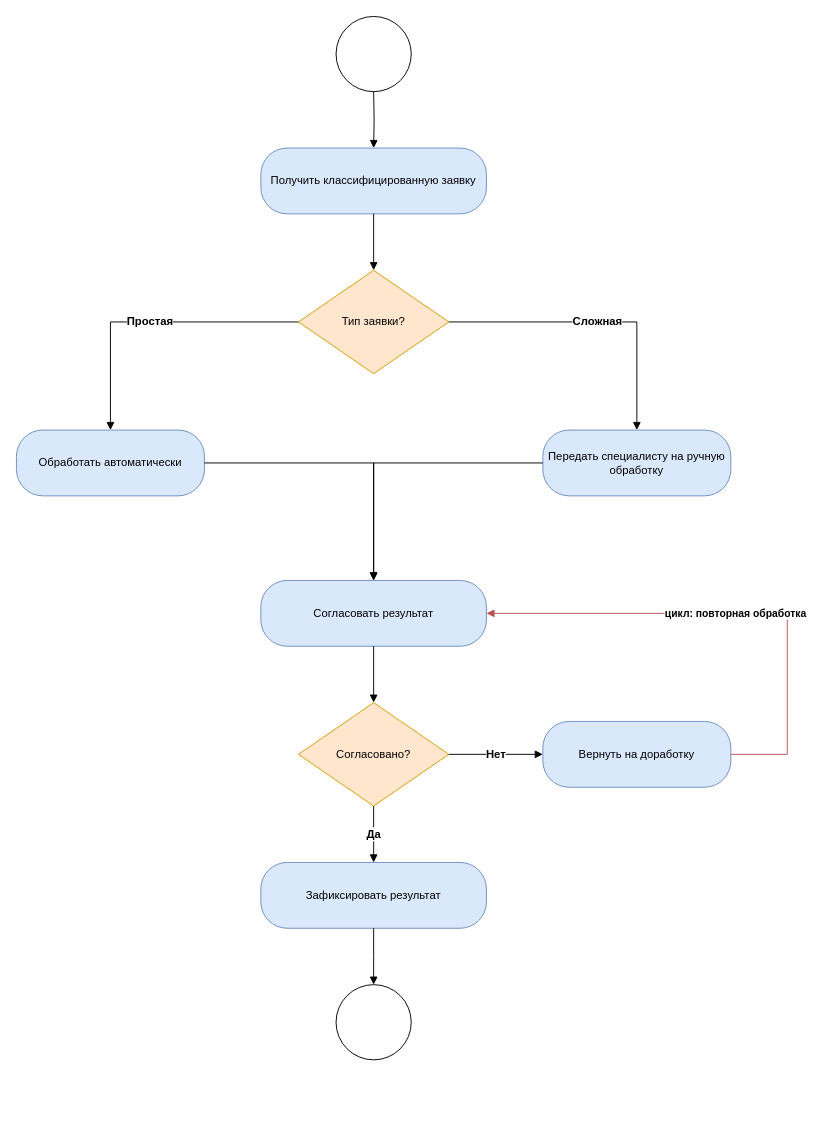
The draw.io diagram lab1/diagrams/activity.drawio in PomasIJ/visual-programming-labs--Pomas-, before the edit. Source tidied: cells renumbered, new cells numbered last; positions are measured from the earlier drawing's top-left corner, leaving out a move shared by most shapes. Both pictures are drawn from the tidied source at 94%, with x=0, y=0 at pixel (16, 16).
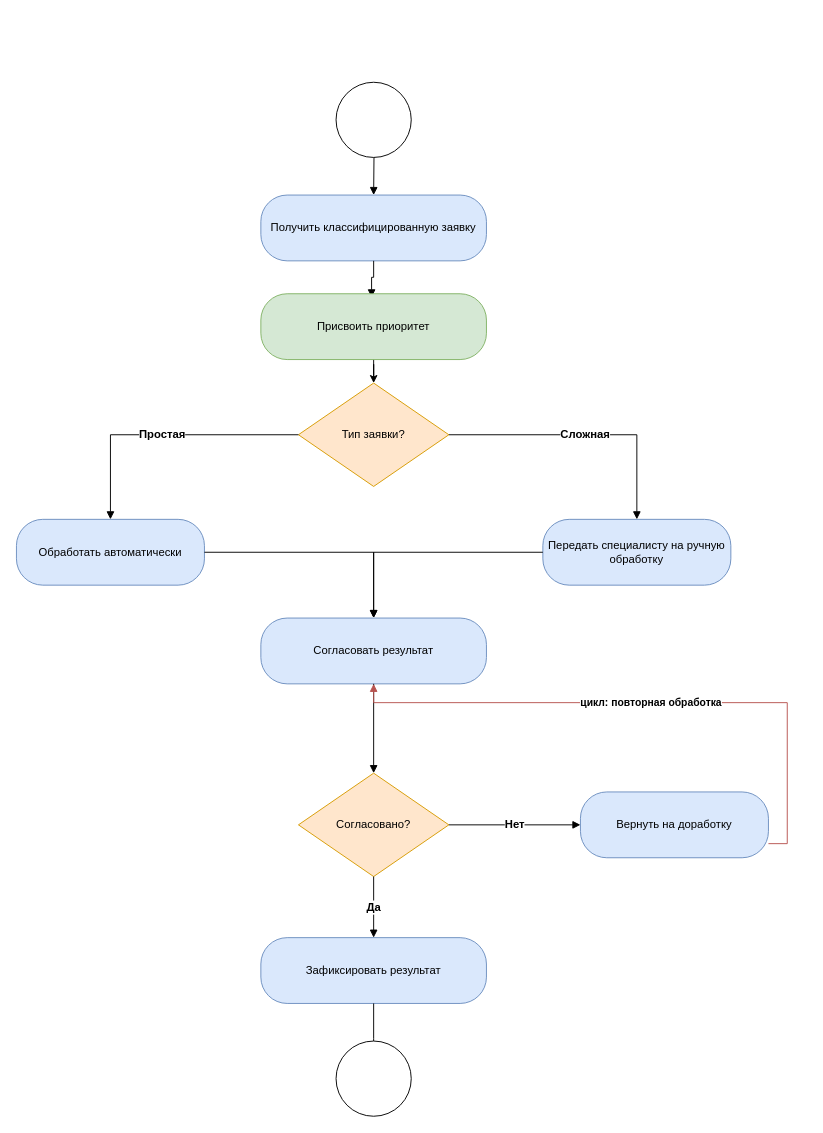
Above is the later version.

Commit message (it also covers changes not shown here):
Update UML Activity diagram

Diff of the diagram source:
```diff
@@
     <mxCell id="2" value="Получить классифицированную заявку" style="rounded=1;whiteSpace=wrap;html=1;arcSize=40;fillColor=#dae8fc;strokeColor=#6c8ebf;fontSize=12;align=center;verticalAlign=middle;" parent="1" vertex="1">
-      <mxGeometry x="260" y="140" width="240" height="70" as="geometry" />
+      <mxGeometry x="260" y="190" width="240" height="70" as="geometry" />
     </mxCell>
     <mxCell id="3" value="Тип заявки?" style="rhombus;whiteSpace=wrap;html=1;fillColor=#ffe6cc;strokeColor=#d79b00;fontSize=12;align=center;verticalAlign=middle;" parent="1" vertex="1">
-      <mxGeometry x="300" y="270" width="160" height="110" as="geometry" />
+      <mxGeometry x="300" y="390" width="160" height="110" as="geometry" />
     </mxCell>
     <mxCell id="4" value="Обработать автоматически" style="rounded=1;whiteSpace=wrap;html=1;arcSize=40;fillColor=#dae8fc;strokeColor=#6c8ebf;fontSize=12;align=center;verticalAlign=middle;" parent="1" vertex="1">
-      <mxGeometry y="440" width="200" height="70" as="geometry" />
+      <mxGeometry y="535" width="200" height="70" as="geometry" />
     </mxCell>
     <mxCell id="5" value="Передать специалисту на ручную обработку" style="rounded=1;whiteSpace=wrap;html=1;arcSize=40;fillColor=#dae8fc;strokeColor=#6c8ebf;fontSize=12;align=center;verticalAlign=middle;" parent="1" vertex="1">
-      <mxGeometry x="560" y="440" width="200" height="70" as="geometry" />
+      <mxGeometry x="560" y="535" width="200" height="70" as="geometry" />
     </mxCell>
     <mxCell id="6" value="Согласовать результат" style="rounded=1;whiteSpace=wrap;html=1;arcSize=40;fillColor=#dae8fc;strokeColor=#6c8ebf;fontSize=12;align=center;verticalAlign=middle;" parent="1" vertex="1">
-      <mxGeometry x="260" y="600" width="240" height="70" as="geometry" />
+      <mxGeometry x="260" y="640" width="240" height="70" as="geometry" />
     </mxCell>
     <mxCell id="7" value="Согласовано?" style="rhombus;whiteSpace=wrap;html=1;fillColor=#ffe6cc;strokeColor=#d79b00;fontSize=12;align=center;verticalAlign=middle;" parent="1" vertex="1">
-      <mxGeometry x="300" y="730" width="160" height="110" as="geometry" />
+      <mxGeometry x="300" y="805" width="160" height="110" as="geometry" />
     </mxCell>
     <mxCell id="8" value="Вернуть на доработку" style="rounded=1;whiteSpace=wrap;html=1;arcSize=40;fillColor=#dae8fc;strokeColor=#6c8ebf;fontSize=12;align=center;verticalAlign=middle;" parent="1" vertex="1">
-      <mxGeometry x="560" y="750" width="200" height="70" as="geometry" />
+      <mxGeometry x="600" y="825" width="200" height="70" as="geometry" />
     </mxCell>
     <mxCell id="9" value="Зафиксировать результат" style="rounded=1;whiteSpace=wrap;html=1;arcSize=40;fillColor=#dae8fc;strokeColor=#6c8ebf;fontSize=12;align=center;verticalAlign=middle;" parent="1" vertex="1">
-      <mxGeometry x="260" y="900" width="240" height="70" as="geometry" />
+      <mxGeometry x="260" y="980" width="240" height="70" as="geometry" />
     </mxCell>
@@
-    <mxCell id="11" style="edgeStyle=orthogonalEdgeStyle;rounded=0;html=1;endArrow=block;endFill=1;" parent="1" edge="1" source="2" target="3">
-      <mxGeometry relative="1" as="geometry" />
+    <mxCell id="11" style="edgeStyle=orthogonalEdgeStyle;rounded=0;html=1;endArrow=block;endFill=1;entryX=0.491;entryY=0.055;entryDx=0;entryDy=0;entryPerimeter=0;" parent="1" edge="1" source="2" target="24">
+      <mxGeometry x="-0.76" relative="1" as="geometry" />
     </mxCell>
@@
     <mxCell id="18" value="цикл: повторная обработка" style="edgeStyle=orthogonalEdgeStyle;rounded=0;html=1;endArrow=block;endFill=1;fontSize=11;strokeColor=#b85450;fontStyle=1;labelBackgroundColor=#ffffff;" parent="1" edge="1" source="8" target="6">
       <mxGeometry relative="1" as="geometry">
         <Array as="points">
-          <mxPoint x="820" y="785" />
-          <mxPoint x="820" y="635" />
+          <mxPoint x="820" y="880" />
+          <mxPoint x="820" y="730" />
         </Array>
       </mxGeometry>
     </mxCell>
@@
     <mxCell id="20" style="edgeStyle=orthogonalEdgeStyle;rounded=0;html=1;endArrow=block;endFill=1;" parent="1" edge="1" source="9">
       <mxGeometry relative="1" as="geometry">
-        <mxPoint x="380" y="1030" as="targetPoint" />
+        <mxPoint x="380" y="1125" as="targetPoint" />
       </mxGeometry>
     </mxCell>
     <mxCell id="21" style="ellipse;whiteSpace=wrap;html=1;shapeInside=1;" parent="1" vertex="1">
-      <mxGeometry x="340" width="80" height="80" as="geometry" />
+      <mxGeometry x="340" y="70" width="80" height="80" as="geometry" />
     </mxCell>
     <mxCell id="22" style="ellipse;whiteSpace=wrap;html=1;shapeInside=1;" parent="1" vertex="1">
-      <mxGeometry x="340" y="1030" width="80" height="80" as="geometry" />
+      <mxGeometry x="340" y="1090" width="80" height="80" as="geometry" />
     </mxCell>
+    <mxCell id="23" style="edgeStyle=orthogonalEdgeStyle;rounded=0;jettySize=auto;html=1;" parent="1" edge="1" source="24" target="3">
+      <mxGeometry x="0.45" relative="1" as="geometry" />
+    </mxCell>
+    <mxCell id="24" value="Присвоить приоритет" style="rounded=1;whiteSpace=wrap;html=1;arcSize=40;fillColor=#d5e8d4;strokeColor=#82b366;fontSize=12;align=center;verticalAlign=middle;" parent="1" vertex="1">
+      <mxGeometry x="260" y="295" width="240" height="70" as="geometry" />
+    </mxCell>
```
